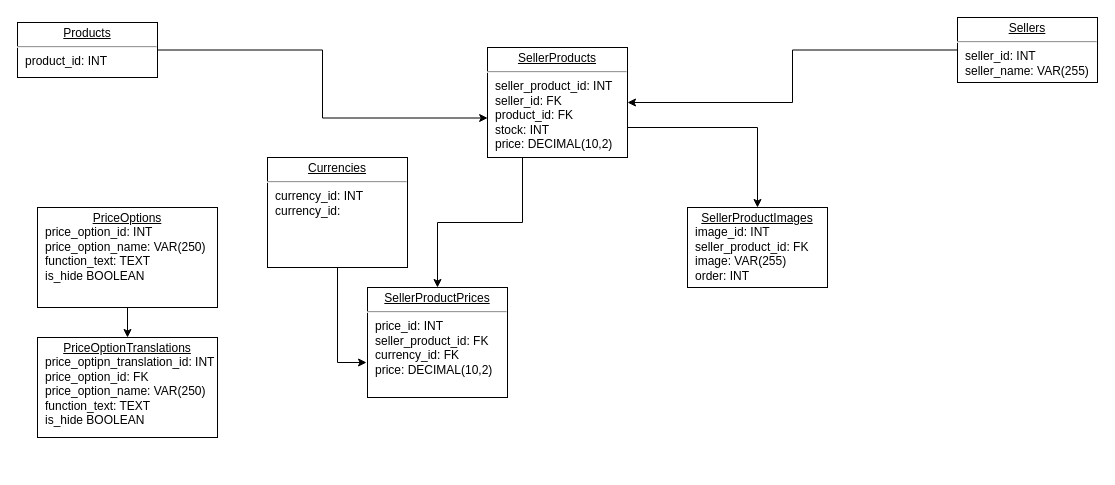
Above: Диаграмма без названия.drawio in vinter-man/db_draw_io (draw.io), before the change. Source tidied: cells renumbered, new cells numbered last; positions are measured from the earlier drawing's top-left corner, leaving out a move shared by most shapes. Both pictures are drawn from the tidied source at 100%, with x=0, y=0 at pixel (17, 17).
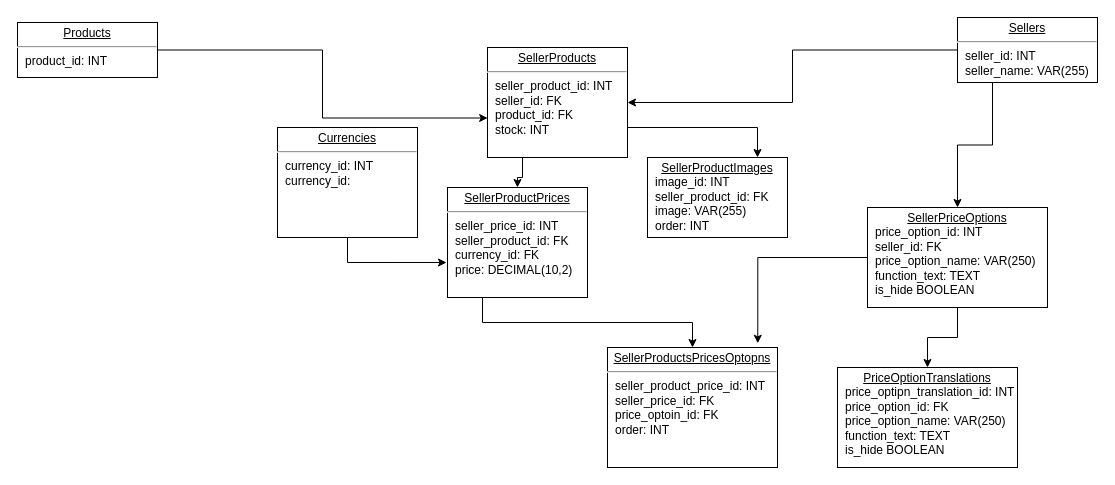
The same diagram, later.

Commit message:
fix price hierarchy

The change refers to these unchanged cells:
```xml
<mxCell id="4" value="&lt;p style=&quot;margin: 0px ; margin-top: 4px ; text-align: center ; text-decoration: underline&quot;&gt;Sellers&lt;/p&gt;&lt;hr&gt;&lt;p style=&quot;margin: 0px ; margin-left: 8px&quot;&gt;seller_id: INT&lt;/p&gt;&lt;p style=&quot;margin: 0px ; margin-left: 8px&quot;&gt;seller_name: VAR(255)&lt;/p&gt;&lt;p style=&quot;margin: 0px ; margin-left: 8px&quot;&gt;&lt;br&gt;&lt;/p&gt;" style="verticalAlign=top;align=left;overflow=fill;fontSize=12;fontFamily=Helvetica;html=1;rounded=0;shadow=0;comic=0;labelBackgroundColor=none;strokeWidth=1;" parent="1" vertex="1">
  <mxGeometry x="940" width="140" height="65" as="geometry" />
</mxCell>
```

Change to the diagram source:
```diff
@@
+    <mxCell id="16" style="edgeStyle=orthogonalEdgeStyle;rounded=0;jettySize=auto;html=1;exitX=0.25;exitY=1;exitDx=0;exitDy=0;" parent="1" edge="1" source="4" target="10">
+      <mxGeometry relative="1" as="geometry" />
+    </mxCell>
@@
-    <mxCell id="7" value="&lt;p style=&quot;margin: 0px ; margin-top: 4px ; text-align: center ; text-decoration: underline&quot;&gt;SellerProducts&lt;/p&gt;&lt;hr&gt;&lt;p style=&quot;margin: 0px ; margin-left: 8px&quot;&gt;seller_product_id: INT&lt;/p&gt;&lt;p style=&quot;margin: 0px ; margin-left: 8px&quot;&gt;seller_id: FK&lt;/p&gt;&lt;p style=&quot;margin: 0px ; margin-left: 8px&quot;&gt;product_id: FK&lt;/p&gt;&lt;p style=&quot;margin: 0px ; margin-left: 8px&quot;&gt;stock: INT&lt;br&gt;&lt;/p&gt;&lt;p style=&quot;margin: 0px ; margin-left: 8px&quot;&gt;price: DECIMAL(10,2)&lt;br&gt;&lt;/p&gt;&lt;p style=&quot;margin: 0px ; margin-left: 8px&quot;&gt;&lt;br&gt;&lt;/p&gt;" style="verticalAlign=top;align=left;overflow=fill;fontSize=12;fontFamily=Helvetica;html=1;rounded=0;shadow=0;comic=0;labelBackgroundColor=none;strokeWidth=1;" parent="1" vertex="1">
+    <mxCell id="7" value="&lt;p style=&quot;margin: 0px ; margin-top: 4px ; text-align: center ; text-decoration: underline&quot;&gt;SellerProducts&lt;/p&gt;&lt;hr&gt;&lt;p style=&quot;margin: 0px ; margin-left: 8px&quot;&gt;seller_product_id: INT&lt;/p&gt;&lt;p style=&quot;margin: 0px ; margin-left: 8px&quot;&gt;seller_id: FK&lt;/p&gt;&lt;p style=&quot;margin: 0px ; margin-left: 8px&quot;&gt;product_id: FK&lt;/p&gt;&lt;p style=&quot;margin: 0px ; margin-left: 8px&quot;&gt;stock: INT&lt;/p&gt;&lt;p style=&quot;margin: 0px ; margin-left: 8px&quot;&gt;&lt;br&gt;&lt;/p&gt;" style="verticalAlign=top;align=left;overflow=fill;fontSize=12;fontFamily=Helvetica;html=1;rounded=0;shadow=0;comic=0;labelBackgroundColor=none;strokeWidth=1;" parent="1" vertex="1">
       <mxGeometry x="470" y="30" width="140" height="110" as="geometry" />
     </mxCell>
     <mxCell id="8" value="&lt;p style=&quot;margin: 0px ; margin-top: 4px ; text-align: center ; text-decoration: underline&quot;&gt;SellerProductImages&lt;/p&gt;&lt;p style=&quot;margin: 0px ; margin-left: 8px&quot;&gt;image_id: INT&lt;/p&gt;&lt;p style=&quot;margin: 0px ; margin-left: 8px&quot;&gt;seller_product_id: FK&lt;/p&gt;&lt;p style=&quot;margin: 0px ; margin-left: 8px&quot;&gt;image: VAR(255)&lt;/p&gt;&lt;p style=&quot;margin: 0px ; margin-left: 8px&quot;&gt;order: INT&lt;br&gt;&lt;/p&gt;&lt;p style=&quot;margin: 0px ; margin-left: 8px&quot;&gt;&lt;br&gt;&lt;/p&gt;" style="verticalAlign=top;align=left;overflow=fill;fontSize=12;fontFamily=Helvetica;html=1;rounded=0;shadow=0;comic=0;labelBackgroundColor=none;strokeWidth=1;" parent="1" vertex="1">
-      <mxGeometry x="670" y="190" width="140" height="80" as="geometry" />
+      <mxGeometry x="630" y="140" width="140" height="80" as="geometry" />
     </mxCell>
@@
-    <mxCell id="10" value="&lt;p style=&quot;margin: 0px ; margin-top: 4px ; text-align: center ; text-decoration: underline&quot;&gt;PriceOptions&lt;/p&gt;&lt;p style=&quot;margin: 0px ; margin-left: 8px&quot;&gt;price_option_id: INT&lt;/p&gt;&lt;p style=&quot;margin: 0px ; margin-left: 8px&quot;&gt;price_option_name: VAR(250)&lt;/p&gt;&lt;p style=&quot;margin: 0px ; margin-left: 8px&quot;&gt;function_text: TEXT&lt;br&gt;&lt;/p&gt;&lt;p style=&quot;margin: 0px ; margin-left: 8px&quot;&gt;is_hide BOOLEAN&lt;br&gt;&lt;/p&gt;&lt;p style=&quot;margin: 0px ; margin-left: 8px&quot;&gt;&lt;span style=&quot;font-family: &amp;quot;Helvetica Neue&amp;quot;; font-size: 13px;&quot;&gt;&amp;nbsp;&lt;/span&gt;&lt;/p&gt;&lt;p style=&quot;margin: 0px ; margin-left: 8px&quot;&gt;&lt;br&gt;&lt;/p&gt;&lt;p style=&quot;margin: 0px ; margin-left: 8px&quot;&gt;&lt;br&gt;&lt;/p&gt;" style="verticalAlign=top;align=left;overflow=fill;fontSize=12;fontFamily=Helvetica;html=1;rounded=0;shadow=0;comic=0;labelBackgroundColor=none;strokeWidth=1;" parent="1" vertex="1">
-      <mxGeometry x="20" y="190" width="180" height="100" as="geometry" />
+    <mxCell id="10" value="&lt;p style=&quot;margin: 0px ; margin-top: 4px ; text-align: center ; text-decoration: underline&quot;&gt;SellerPriceOptions&lt;/p&gt;&lt;p style=&quot;margin: 0px ; margin-left: 8px&quot;&gt;price_option_id: INT&lt;/p&gt;&lt;p style=&quot;margin: 0px ; margin-left: 8px&quot;&gt;seller_id: FK&lt;br&gt;&lt;/p&gt;&lt;p style=&quot;margin: 0px ; margin-left: 8px&quot;&gt;price_option_name: VAR(250)&lt;/p&gt;&lt;p style=&quot;margin: 0px ; margin-left: 8px&quot;&gt;function_text: TEXT&lt;br&gt;&lt;/p&gt;&lt;p style=&quot;margin: 0px ; margin-left: 8px&quot;&gt;is_hide BOOLEAN&lt;br&gt;&lt;/p&gt;&lt;p style=&quot;margin: 0px ; margin-left: 8px&quot;&gt;&lt;span style=&quot;font-family: &amp;quot;Helvetica Neue&amp;quot;; font-size: 13px;&quot;&gt;&amp;nbsp;&lt;/span&gt;&lt;/p&gt;&lt;p style=&quot;margin: 0px ; margin-left: 8px&quot;&gt;&lt;br&gt;&lt;/p&gt;&lt;p style=&quot;margin: 0px ; margin-left: 8px&quot;&gt;&lt;br&gt;&lt;/p&gt;" style="verticalAlign=top;align=left;overflow=fill;fontSize=12;fontFamily=Helvetica;html=1;rounded=0;shadow=0;comic=0;labelBackgroundColor=none;strokeWidth=1;" parent="1" vertex="1">
+      <mxGeometry x="850" y="190" width="180" height="100" as="geometry" />
     </mxCell>
     <mxCell id="11" value="&lt;p style=&quot;margin: 0px ; margin-top: 4px ; text-align: center ; text-decoration: underline&quot;&gt;PriceOptionTranslations&lt;/p&gt;&lt;p style=&quot;margin: 0px ; margin-left: 8px&quot;&gt;price_optipn_translation_id: INT&lt;/p&gt;&lt;p style=&quot;margin: 0px ; margin-left: 8px&quot;&gt;price_option_id: FK&lt;/p&gt;&lt;p style=&quot;margin: 0px ; margin-left: 8px&quot;&gt;price_option_name: VAR(250)&lt;/p&gt;&lt;p style=&quot;margin: 0px ; margin-left: 8px&quot;&gt;function_text: TEXT&lt;br&gt;&lt;/p&gt;&lt;p style=&quot;margin: 0px ; margin-left: 8px&quot;&gt;is_hide BOOLEAN&lt;br&gt;&lt;/p&gt;&lt;p style=&quot;margin: 0px ; margin-left: 8px&quot;&gt;&lt;span style=&quot;font-family: &amp;quot;Helvetica Neue&amp;quot;; font-size: 13px;&quot;&gt;&amp;nbsp;&lt;/span&gt;&lt;/p&gt;&lt;p style=&quot;margin: 0px ; margin-left: 8px&quot;&gt;&lt;br&gt;&lt;/p&gt;&lt;p style=&quot;margin: 0px ; margin-left: 8px&quot;&gt;&lt;br&gt;&lt;/p&gt;" style="verticalAlign=top;align=left;overflow=fill;fontSize=12;fontFamily=Helvetica;html=1;rounded=0;shadow=0;comic=0;labelBackgroundColor=none;strokeWidth=1;" parent="1" vertex="1">
-      <mxGeometry x="20" y="320" width="180" height="100" as="geometry" />
+      <mxGeometry x="820" y="350" width="180" height="100" as="geometry" />
     </mxCell>
@@
+    <mxCell id="17" style="edgeStyle=orthogonalEdgeStyle;rounded=0;jettySize=auto;html=1;exitX=0.25;exitY=1;exitDx=0;exitDy=0;" parent="1" edge="1" source="13" target="18">
+      <mxGeometry relative="1" as="geometry" />
+    </mxCell>
-    <mxCell id="13" value="&lt;p style=&quot;margin: 0px ; margin-top: 4px ; text-align: center ; text-decoration: underline&quot;&gt;SellerProductPrices&lt;/p&gt;&lt;hr&gt;&lt;p style=&quot;margin: 0px ; margin-left: 8px&quot;&gt;price_id: INT&lt;/p&gt;&lt;p style=&quot;margin: 0px ; margin-left: 8px&quot;&gt;seller_product_id: FK&lt;/p&gt;&lt;p style=&quot;margin: 0px ; margin-left: 8px&quot;&gt;currency_id: FK&lt;/p&gt;&lt;p style=&quot;margin: 0px ; margin-left: 8px&quot;&gt;price: DECIMAL(10,2)&lt;br&gt;&lt;/p&gt;&lt;p style=&quot;margin: 0px ; margin-left: 8px&quot;&gt;&lt;br&gt;&lt;/p&gt;" style="verticalAlign=top;align=left;overflow=fill;fontSize=12;fontFamily=Helvetica;html=1;rounded=0;shadow=0;comic=0;labelBackgroundColor=none;strokeWidth=1;" parent="1" vertex="1">
-      <mxGeometry x="350" y="270" width="140" height="110" as="geometry" />
+    <mxCell id="13" value="&lt;p style=&quot;margin: 0px ; margin-top: 4px ; text-align: center ; text-decoration: underline&quot;&gt;SellerProductPrices&lt;/p&gt;&lt;hr&gt;&lt;p style=&quot;margin: 0px ; margin-left: 8px&quot;&gt;seller_price_id: INT&lt;/p&gt;&lt;p style=&quot;margin: 0px ; margin-left: 8px&quot;&gt;seller_product_id: FK&lt;/p&gt;&lt;p style=&quot;margin: 0px ; margin-left: 8px&quot;&gt;currency_id: FK&lt;/p&gt;&lt;p style=&quot;margin: 0px ; margin-left: 8px&quot;&gt;price: DECIMAL(10,2)&lt;br&gt;&lt;/p&gt;&lt;p style=&quot;margin: 0px ; margin-left: 8px&quot;&gt;&lt;br&gt;&lt;/p&gt;" style="verticalAlign=top;align=left;overflow=fill;fontSize=12;fontFamily=Helvetica;html=1;rounded=0;shadow=0;comic=0;labelBackgroundColor=none;strokeWidth=1;" parent="1" vertex="1">
+      <mxGeometry x="430" y="170" width="140" height="110" as="geometry" />
     </mxCell>
     <mxCell id="14" value="&lt;p style=&quot;margin: 0px ; margin-top: 4px ; text-align: center ; text-decoration: underline&quot;&gt;Currencies&lt;/p&gt;&lt;hr&gt;&lt;p style=&quot;margin: 0px ; margin-left: 8px&quot;&gt;currency_id: INT&lt;/p&gt;&lt;p style=&quot;margin: 0px ; margin-left: 8px&quot;&gt;currency_id:&amp;nbsp;&lt;/p&gt;&lt;p style=&quot;margin: 0px ; margin-left: 8px&quot;&gt;&lt;br&gt;&lt;/p&gt;" style="verticalAlign=top;align=left;overflow=fill;fontSize=12;fontFamily=Helvetica;html=1;rounded=0;shadow=0;comic=0;labelBackgroundColor=none;strokeWidth=1;" parent="1" vertex="1">
-      <mxGeometry x="250" y="140" width="140" height="110" as="geometry" />
+      <mxGeometry x="260" y="110" width="140" height="110" as="geometry" />
     </mxCell>
@@
+    <mxCell id="18" value="&lt;p style=&quot;margin: 0px ; margin-top: 4px ; text-align: center ; text-decoration: underline&quot;&gt;SellerProductsPricesOptopns&lt;/p&gt;&lt;hr&gt;&lt;p style=&quot;margin: 0px ; margin-left: 8px&quot;&gt;seller_product_price_id: INT&lt;/p&gt;&lt;p style=&quot;margin: 0px ; margin-left: 8px&quot;&gt;seller_price_id: FK&lt;/p&gt;&lt;p style=&quot;margin: 0px ; margin-left: 8px&quot;&gt;price_optoin_id: FK&lt;/p&gt;&lt;p style=&quot;margin: 0px ; margin-left: 8px&quot;&gt;order: INT&lt;/p&gt;" style="verticalAlign=top;align=left;overflow=fill;fontSize=12;fontFamily=Helvetica;html=1;rounded=0;shadow=0;comic=0;labelBackgroundColor=none;strokeWidth=1;" parent="1" vertex="1">
+      <mxGeometry x="590" y="330" width="170" height="120" as="geometry" />
+    </mxCell>
+    <mxCell id="19" style="edgeStyle=orthogonalEdgeStyle;rounded=0;jettySize=auto;html=1;exitX=0;exitY=0.5;exitDx=0;exitDy=0;entryX=0.884;entryY=-0.035;entryDx=0;entryDy=0;entryPerimeter=0;" parent="1" edge="1" source="10" target="18">
+      <mxGeometry relative="1" as="geometry" />
+    </mxCell>
```
